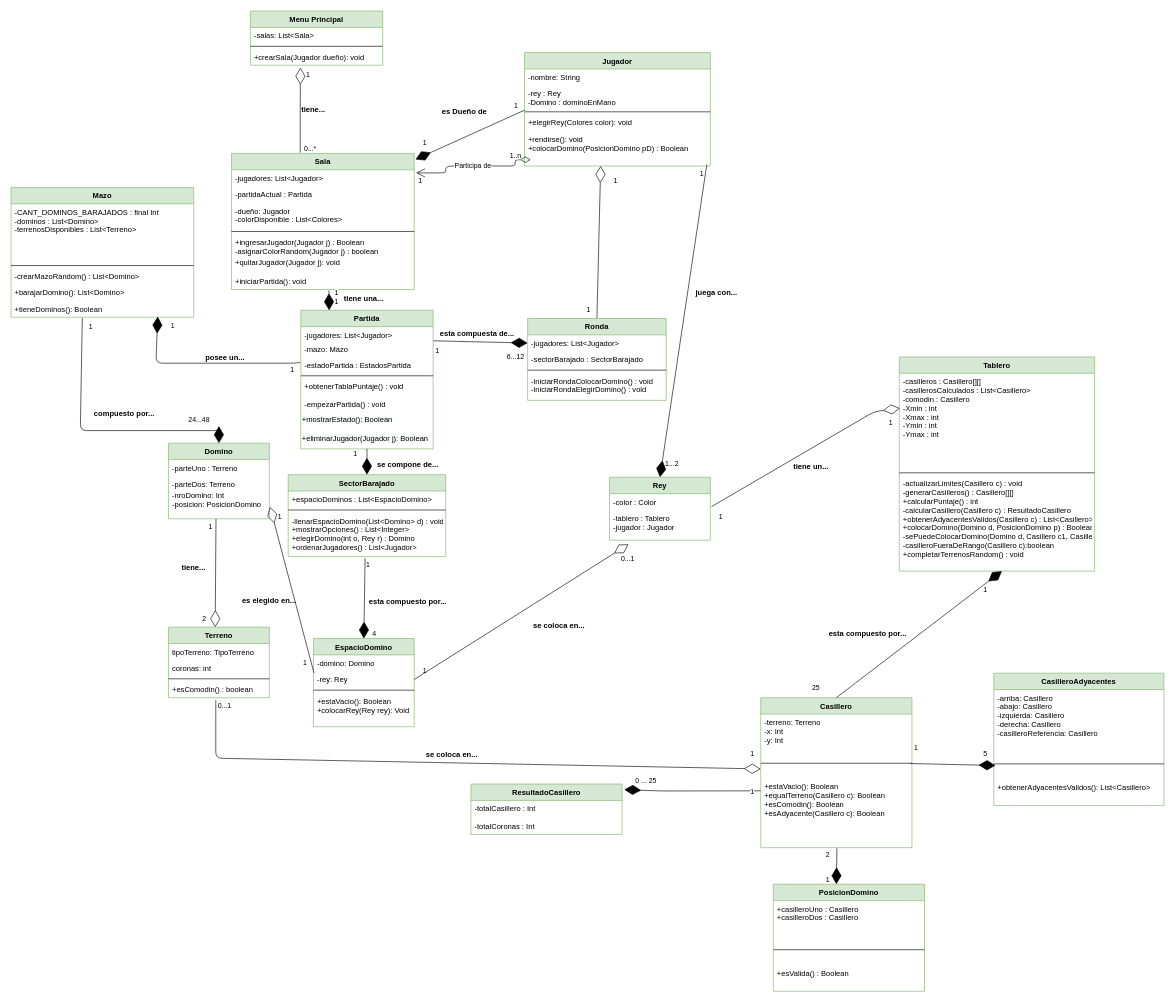
Before: page "DiagramaClases" (1 of 6) of King Domino version 2.drawio in miroagustin/kingdomino-2021, a draw.io diagram. Source tidied: cells renumbered, new cells numbered last; positions are measured from the earlier drawing's top-left corner, leaving out a move shared by most shapes. Both pictures are drawn from the tidied source at 63%, with x=0, y=0 at pixel (11, 11).
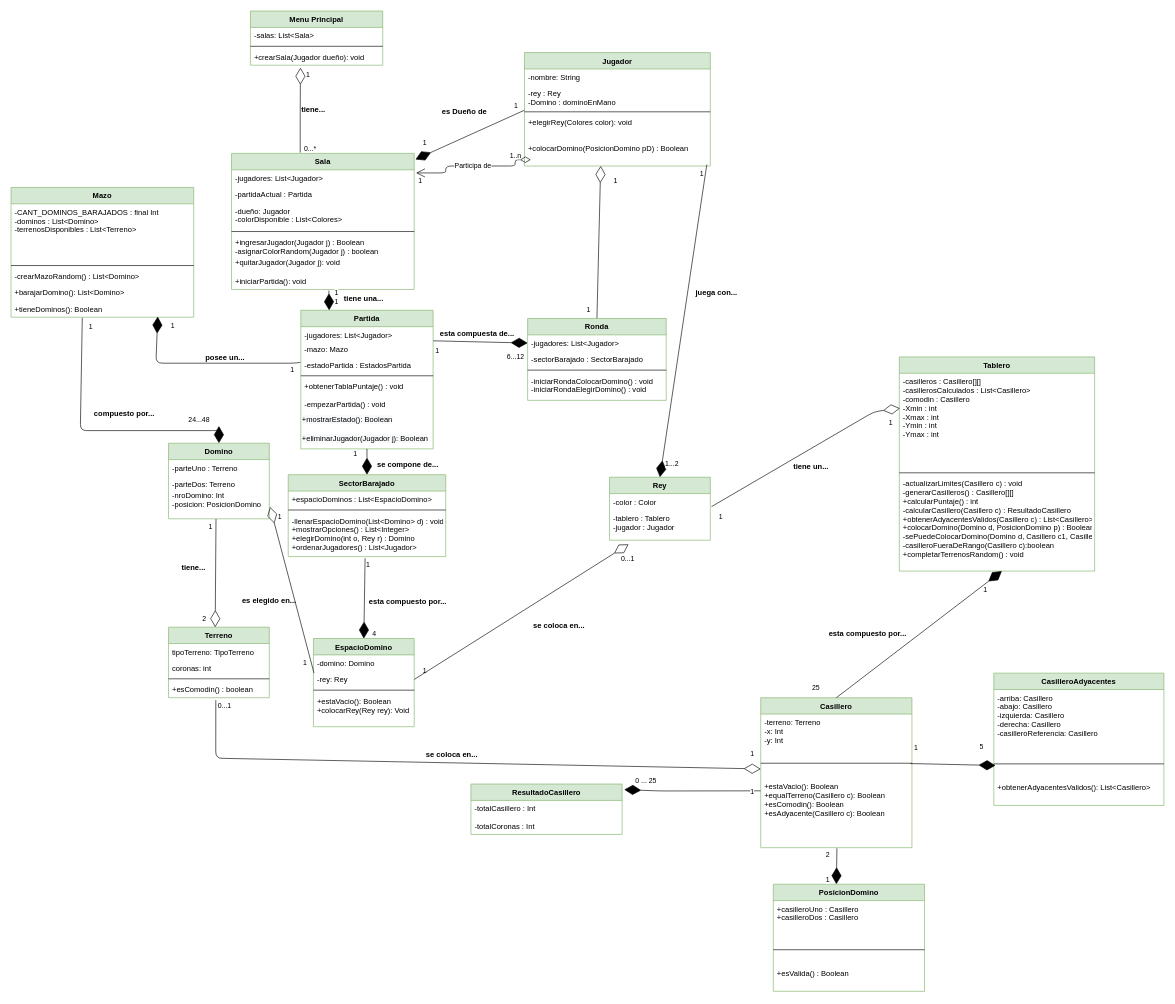
The same page after the edit.

The change refers to these unchanged cells:
```xml
<mxCell id="22" value="Jugador" style="swimlane;fontStyle=1;align=center;verticalAlign=top;horizontal=1;startSize=26;fillColor=#d5e8d4;strokeColor=#82b366;" parent="1" vertex="1">
  <mxGeometry x="815" y="66" width="295" height="180" as="geometry" />
</mxCell>
```

The edit, as a diff of the source:
```diff
@@
-    <mxCell id="27" value="+rendirse(): void&#10;+colocarDomino(PosicionDomino pD) : Boolean" style="text;strokeColor=none;fillColor=none;align=left;verticalAlign=top;spacingLeft=4;spacingRight=4;overflow=hidden;points=[[0,0.5],[1,0.5]];portConstraint=eastwest;" parent="22" vertex="1">
+    <mxCell id="27" value="&#10;+colocarDomino(PosicionDomino pD) : Boolean" style="text;strokeColor=none;fillColor=none;align=left;verticalAlign=top;spacingLeft=4;spacingRight=4;overflow=hidden;points=[[0,0.5],[1,0.5]];portConstraint=eastwest;" parent="22" vertex="1">
       <mxGeometry y="124" width="295" height="56" as="geometry" />
     </mxCell>
@@
     <mxCell id="136" value="5" style="edgeLabel;html=1;align=right;verticalAlign=top;" parent="1" vertex="1">
-      <mxGeometry x="1550" y="1166" as="geometry" />
+      <mxGeometry x="1550" y="1166" as="geometry">
+        <mxPoint x="-6" y="-11" as="offset" />
+      </mxGeometry>
     </mxCell>
```
